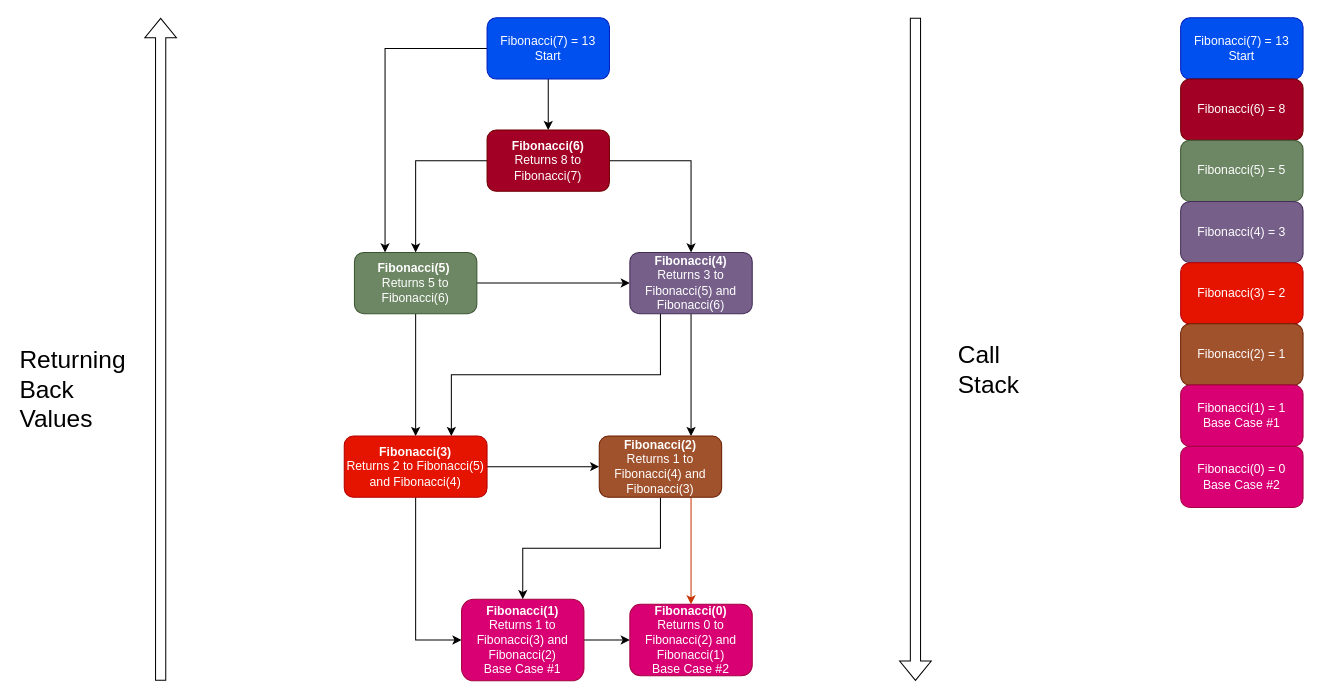
Earlier version of the draw.io diagram recursion-fib.drawio (twitocode/Draw.io-Diagrams). Source tidied: cells renumbered, new cells numbered last; positions are measured from the earlier drawing's top-left corner, leaving out a move shared by most shapes. Both pictures are drawn from the tidied source at 102%, with x=0, y=0 at pixel (17, 17).
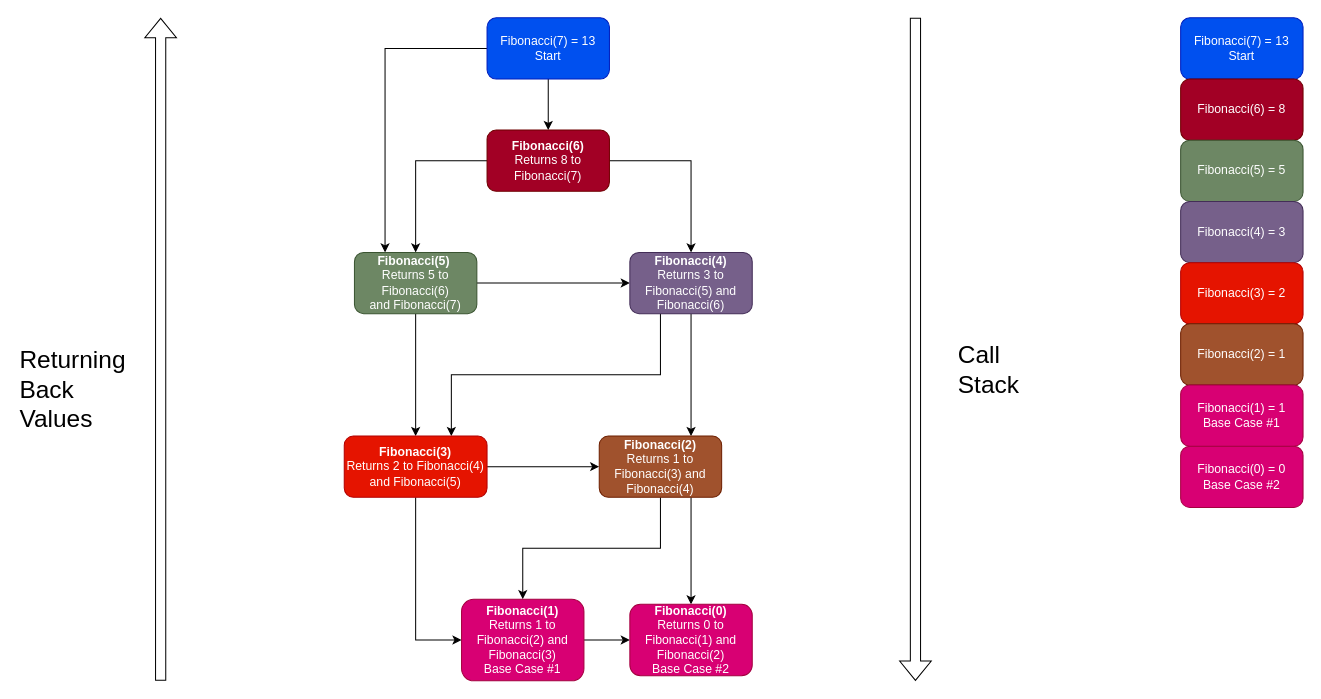
The same diagram, later.

The edit, as a diff of the source:
```diff
@@
-    <mxCell id="10" value="&lt;b&gt;Fibonacci(5)&amp;nbsp;&lt;/b&gt;&lt;div&gt;Returns 5 to Fibonacci(6)&lt;/div&gt;" style="rounded=1;whiteSpace=wrap;html=1;fillColor=#6d8764;fontColor=#ffffff;strokeColor=#3A5431;" parent="1" vertex="1">
+    <mxCell id="10" value="&lt;b&gt;Fibonacci(5)&amp;nbsp;&lt;/b&gt;&lt;div&gt;Returns 5 to Fibonacci(6)&lt;/div&gt;&lt;div&gt;and Fibonacci(7)&lt;/div&gt;" style="rounded=1;whiteSpace=wrap;html=1;fillColor=#6d8764;fontColor=#ffffff;strokeColor=#3A5431;" parent="1" vertex="1">
       <mxGeometry x="330" y="230" width="120" height="60" as="geometry" />
     </mxCell>
@@
-    <mxCell id="16" value="&lt;b&gt;Fibonacci(3)&lt;/b&gt;&lt;div&gt;Returns 2 to Fibonacci(5) and Fibonacci(4)&lt;/div&gt;" style="rounded=1;whiteSpace=wrap;html=1;fillColor=#e51400;fontColor=#ffffff;strokeColor=#B20000;" parent="1" vertex="1">
+    <mxCell id="16" value="&lt;b&gt;Fibonacci(3)&lt;/b&gt;&lt;div&gt;Returns 2 to Fibonacci(4) and Fibonacci(5)&lt;/div&gt;" style="rounded=1;whiteSpace=wrap;html=1;fillColor=#e51400;fontColor=#ffffff;strokeColor=#B20000;" parent="1" vertex="1">
       <mxGeometry x="320" y="410" width="140" height="60" as="geometry" />
     </mxCell>
@@
-    <mxCell id="18" style="edgeStyle=orthogonalEdgeStyle;rounded=0;jettySize=auto;html=1;exitX=0.75;exitY=1;exitDx=0;exitDy=0;fillColor=#fa6800;strokeColor=#C73500;" parent="1" edge="1" source="19" target="22">
+    <mxCell id="18" style="edgeStyle=orthogonalEdgeStyle;rounded=0;jettySize=auto;html=1;exitX=0.75;exitY=1;exitDx=0;exitDy=0;" parent="1" edge="1" source="19" target="22">
       <mxGeometry relative="1" as="geometry" />
     </mxCell>
-    <mxCell id="19" value="&lt;b&gt;Fibonacci(2)&lt;/b&gt;&lt;div&gt;Returns 1 to Fibonacci(4) and Fibonacci(3)&lt;/div&gt;" style="rounded=1;whiteSpace=wrap;html=1;fillColor=#a0522d;fontColor=#ffffff;strokeColor=#6D1F00;" parent="1" vertex="1">
+    <mxCell id="19" value="&lt;b&gt;Fibonacci(2)&lt;/b&gt;&lt;div&gt;Returns 1 to Fibonacci(3) and Fibonacci(4)&lt;/div&gt;" style="rounded=1;whiteSpace=wrap;html=1;fillColor=#a0522d;fontColor=#ffffff;strokeColor=#6D1F00;" parent="1" vertex="1">
       <mxGeometry x="570" y="410" width="120" height="60" as="geometry" />
     </mxCell>
@@
-    <mxCell id="21" value="&lt;b&gt;Fibonacci(1)&lt;/b&gt;&lt;div&gt;Returns 1 to Fibonacci(3) and Fibonacci(2)&lt;br&gt;&lt;div&gt;Base Case #1&lt;/div&gt;&lt;/div&gt;" style="rounded=1;whiteSpace=wrap;html=1;fillColor=#d80073;fontColor=#ffffff;strokeColor=#A50040;" parent="1" vertex="1">
+    <mxCell id="21" value="&lt;b&gt;Fibonacci(1)&lt;/b&gt;&lt;div&gt;Returns 1 to Fibonacci(2) and Fibonacci(3)&lt;br&gt;&lt;div&gt;Base Case #1&lt;/div&gt;&lt;/div&gt;" style="rounded=1;whiteSpace=wrap;html=1;fillColor=#d80073;fontColor=#ffffff;strokeColor=#A50040;" parent="1" vertex="1">
       <mxGeometry x="435" y="570" width="120" height="80" as="geometry" />
     </mxCell>
-    <mxCell id="22" value="&lt;b&gt;Fibonacci(0)&lt;/b&gt;&lt;div&gt;Returns 0 to Fibonacci(2) and Fibonacci(1)&lt;br&gt;&lt;div&gt;Base Case #2&lt;/div&gt;&lt;/div&gt;" style="rounded=1;whiteSpace=wrap;html=1;fillColor=#d80073;fontColor=#ffffff;strokeColor=#A50040;" parent="1" vertex="1">
+    <mxCell id="22" value="&lt;b&gt;Fibonacci(0)&lt;/b&gt;&lt;div&gt;Returns 0 to Fibonacci(1) and Fibonacci(2)&lt;br&gt;&lt;div&gt;Base Case #2&lt;/div&gt;&lt;/div&gt;" style="rounded=1;whiteSpace=wrap;html=1;fillColor=#d80073;fontColor=#ffffff;strokeColor=#A50040;" parent="1" vertex="1">
       <mxGeometry x="600" y="575" width="120" height="70" as="geometry" />
     </mxCell>
```
